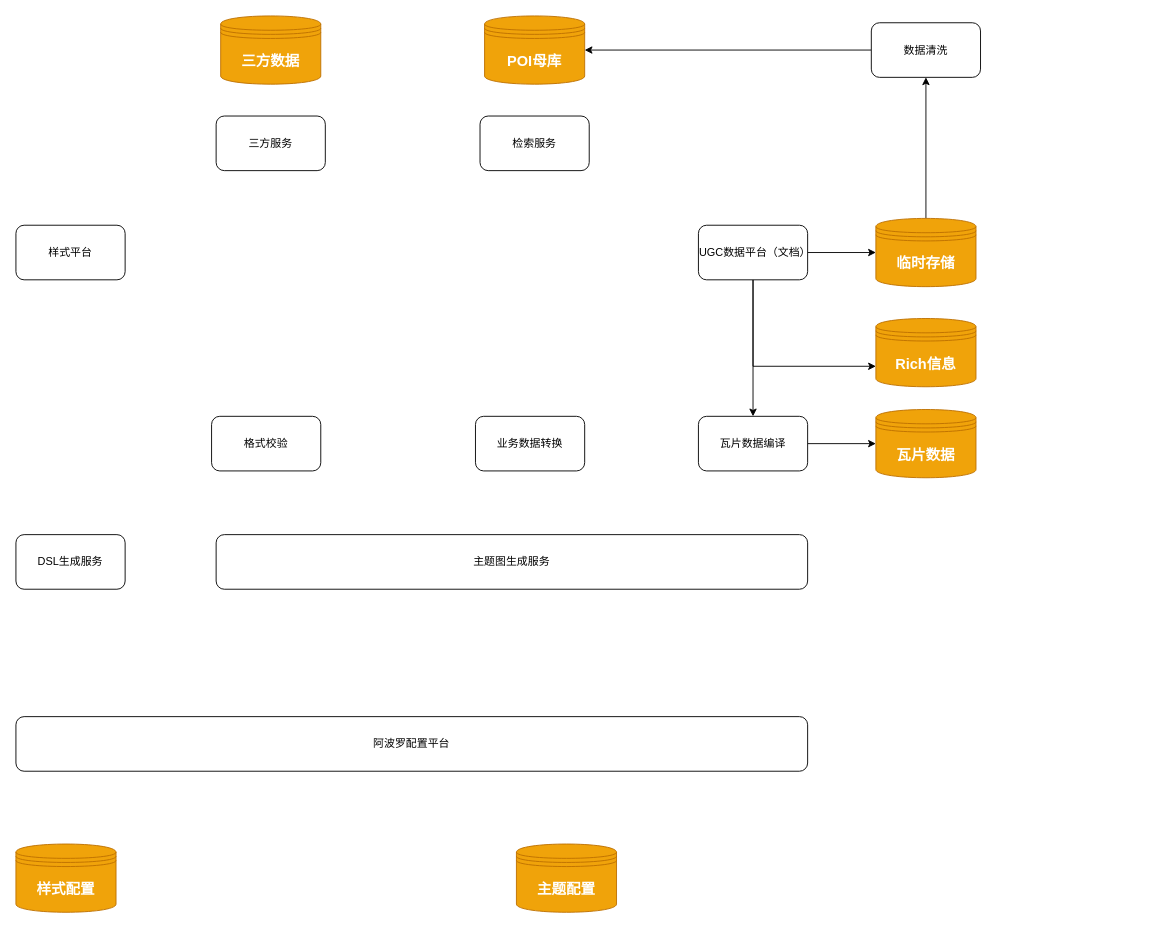
wangziji/graphics keeps this draw.io diagram as page "第 4 页" (4 of 4) of extrodianry-map.drawio. Above is the earlier version. Source tidied: cells renumbered, new cells numbered last; positions are measured from the earlier drawing's top-left corner, leaving out a move shared by most shapes. Both pictures are drawn from the tidied source at 91%, with x=0, y=0 at pixel (15, 15).
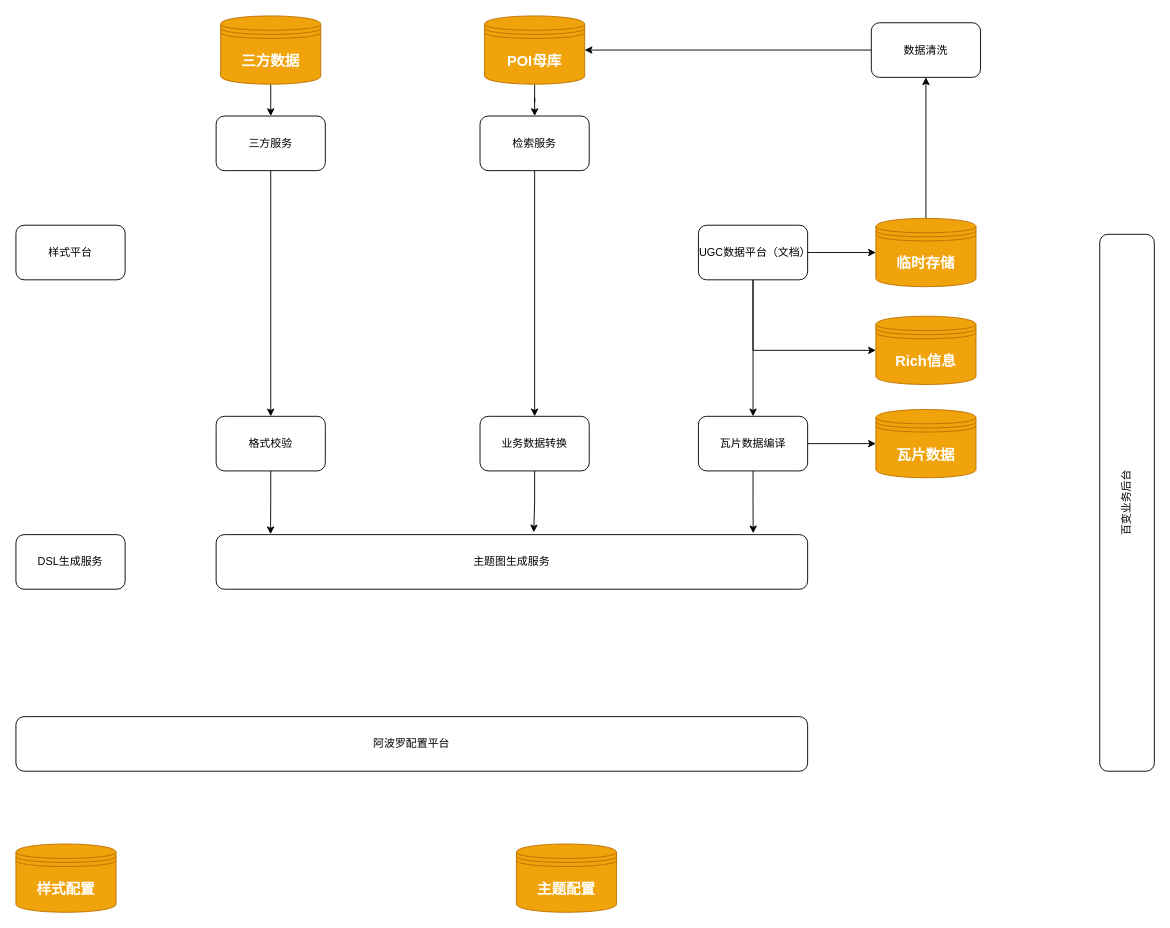
After the change.

The change refers to these unchanged cells:
```xml
<mxCell id="5" value="&lt;b style=&quot;font-size: 16px;&quot;&gt;&lt;font style=&quot;font-size: 16px;&quot;&gt;POI母库&lt;/font&gt;&lt;/b&gt;" style="shape=datastore;whiteSpace=wrap;html=1;fillColor=#f0a30a;strokeColor=#BD7000;fontColor=#ffffff;fontSize=16;" parent="1" vertex="1">
  <mxGeometry x="515" width="110" height="75" as="geometry" />
</mxCell>
<mxCell id="6" value="检索服务" style="rounded=1;whiteSpace=wrap;html=1;" parent="1" vertex="1">
  <mxGeometry x="510" y="110" width="120" height="60" as="geometry" />
</mxCell>
<mxCell id="8" value="&lt;b&gt;三方数据&lt;/b&gt;" style="shape=datastore;whiteSpace=wrap;html=1;fillColor=#f0a30a;strokeColor=#BD7000;fontColor=#ffffff;fontSize=16;" parent="1" vertex="1">
  <mxGeometry x="225" width="110" height="75" as="geometry" />
</mxCell>
<mxCell id="9" value="三方服务" style="rounded=1;whiteSpace=wrap;html=1;" parent="1" vertex="1">
  <mxGeometry x="220" y="110" width="120" height="60" as="geometry" />
</mxCell>
<mxCell id="14" value="UGC数据平台（文档）" style="rounded=1;whiteSpace=wrap;html=1;" parent="1" vertex="1">
  <mxGeometry x="750" y="230" width="120" height="60" as="geometry" />
</mxCell>
<mxCell id="20" value="瓦片数据编译" style="rounded=1;whiteSpace=wrap;html=1;" parent="1" vertex="1">
  <mxGeometry x="750" y="440" width="120" height="60" as="geometry" />
</mxCell>
<mxCell id="23" value="主题图生成服务" style="rounded=1;whiteSpace=wrap;html=1;" parent="1" vertex="1">
  <mxGeometry x="220" y="570" width="650" height="60" as="geometry" />
</mxCell>
```

The edit, as a diff of the source:
```diff
@@
+    <mxCell id="26" style="edgeStyle=orthogonalEdgeStyle;rounded=0;jettySize=auto;html=1;exitX=0.5;exitY=1;exitDx=0;exitDy=0;" parent="1" edge="1" source="5" target="6">
+      <mxGeometry relative="1" as="geometry" />
+    </mxCell>
@@
+    <mxCell id="27" style="edgeStyle=orthogonalEdgeStyle;rounded=0;jettySize=auto;html=1;exitX=0.5;exitY=1;exitDx=0;exitDy=0;entryX=0.5;entryY=0;entryDx=0;entryDy=0;" parent="1" edge="1" source="6" target="7">
+      <mxGeometry relative="1" as="geometry" />
+    </mxCell>
@@
+    <mxCell id="28" style="edgeStyle=orthogonalEdgeStyle;rounded=0;jettySize=auto;html=1;exitX=0.5;exitY=1;exitDx=0;exitDy=0;entryX=0.537;entryY=-0.042;entryDx=0;entryDy=0;entryPerimeter=0;" parent="1" edge="1" source="7" target="23">
+      <mxGeometry relative="1" as="geometry" />
+    </mxCell>
     <mxCell id="7" value="业务数据转换" style="rounded=1;whiteSpace=wrap;html=1;" parent="1" vertex="1">
-      <mxGeometry x="505" y="440" width="120" height="60" as="geometry" />
+      <mxGeometry x="510" y="440" width="120" height="60" as="geometry" />
     </mxCell>
+    <mxCell id="29" style="edgeStyle=orthogonalEdgeStyle;rounded=0;jettySize=auto;html=1;exitX=0.5;exitY=1;exitDx=0;exitDy=0;entryX=0.5;entryY=0;entryDx=0;entryDy=0;" parent="1" edge="1" source="8" target="9">
+      <mxGeometry relative="1" as="geometry" />
+    </mxCell>
@@
+    <mxCell id="30" style="edgeStyle=orthogonalEdgeStyle;rounded=0;jettySize=auto;html=1;exitX=0.5;exitY=1;exitDx=0;exitDy=0;" parent="1" edge="1" source="9" target="10">
+      <mxGeometry relative="1" as="geometry" />
+    </mxCell>
@@
+    <mxCell id="31" style="edgeStyle=orthogonalEdgeStyle;rounded=0;jettySize=auto;html=1;exitX=0.5;exitY=1;exitDx=0;exitDy=0;entryX=0.092;entryY=-0.008;entryDx=0;entryDy=0;entryPerimeter=0;" parent="1" edge="1" source="10" target="23">
+      <mxGeometry relative="1" as="geometry" />
+    </mxCell>
     <mxCell id="10" value="格式校验" style="rounded=1;whiteSpace=wrap;html=1;" parent="1" vertex="1">
-      <mxGeometry x="215" y="440" width="120" height="60" as="geometry" />
+      <mxGeometry x="220" y="440" width="120" height="60" as="geometry" />
     </mxCell>
@@
+    <mxCell id="13" style="edgeStyle=orthogonalEdgeStyle;rounded=0;jettySize=auto;html=1;exitX=0.5;exitY=1;exitDx=0;exitDy=0;" parent="1" edge="1" source="14" target="20">
+      <mxGeometry relative="1" as="geometry" />
+    </mxCell>
-    <mxCell id="12" style="edgeStyle=orthogonalEdgeStyle;rounded=0;jettySize=auto;html=1;exitX=0.5;exitY=1;exitDx=0;exitDy=0;entryX=0;entryY=0.7;entryDx=0;entryDy=0;" parent="1" edge="1" source="14" target="21">
+    <mxCell id="12" style="edgeStyle=orthogonalEdgeStyle;rounded=0;jettySize=auto;html=1;exitX=0.5;exitY=1;exitDx=0;exitDy=0;entryX=0;entryY=0.5;entryDx=0;entryDy=0;" parent="1" edge="1" source="14" target="21">
       <mxGeometry relative="1" as="geometry" />
     </mxCell>
-    <mxCell id="13" style="edgeStyle=orthogonalEdgeStyle;rounded=0;jettySize=auto;html=1;exitX=0.5;exitY=1;exitDx=0;exitDy=0;" parent="1" edge="1" source="14" target="20">
-      <mxGeometry relative="1" as="geometry" />
-    </mxCell>
@@
+    <mxCell id="32" style="edgeStyle=orthogonalEdgeStyle;rounded=0;jettySize=auto;html=1;exitX=0.5;exitY=1;exitDx=0;exitDy=0;entryX=0.908;entryY=-0.025;entryDx=0;entryDy=0;entryPerimeter=0;" parent="1" edge="1" source="20" target="23">
+      <mxGeometry relative="1" as="geometry" />
+    </mxCell>
@@
     <mxCell id="21" value="&lt;b&gt;Rich信息&lt;/b&gt;" style="shape=datastore;whiteSpace=wrap;html=1;fillColor=#f0a30a;strokeColor=#BD7000;fontColor=#ffffff;fontSize=16;" parent="1" vertex="1">
-      <mxGeometry x="945" y="332.5" width="110" height="75" as="geometry" />
+      <mxGeometry x="945" y="330" width="110" height="75" as="geometry" />
     </mxCell>
@@
+    <mxCell id="33" value="百变业务后台" style="rounded=1;whiteSpace=wrap;html=1;horizontal=0;" parent="1" vertex="1">
+      <mxGeometry x="1191" y="240" width="60" height="590" as="geometry" />
+    </mxCell>
```
